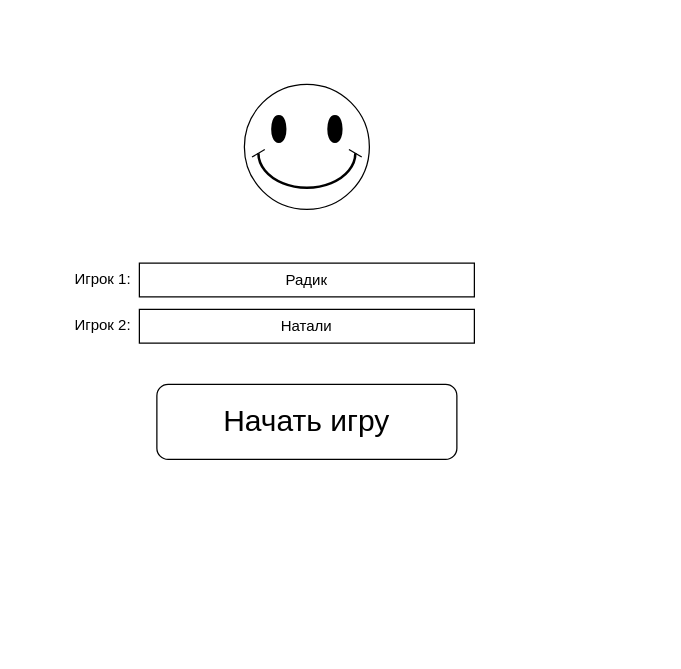
Earlier version of the draw.io diagram page "First Page" (1 of 2) of TictacToe.drawio (OlegRnd/tic-tac-toe). Source tidied: cells renumbered, new cells numbered last; positions are measured from the earlier drawing's top-left corner, leaving out a move shared by most shapes. Both pictures are drawn from the tidied source at 125%, with x=0, y=0 at pixel (59, 84).
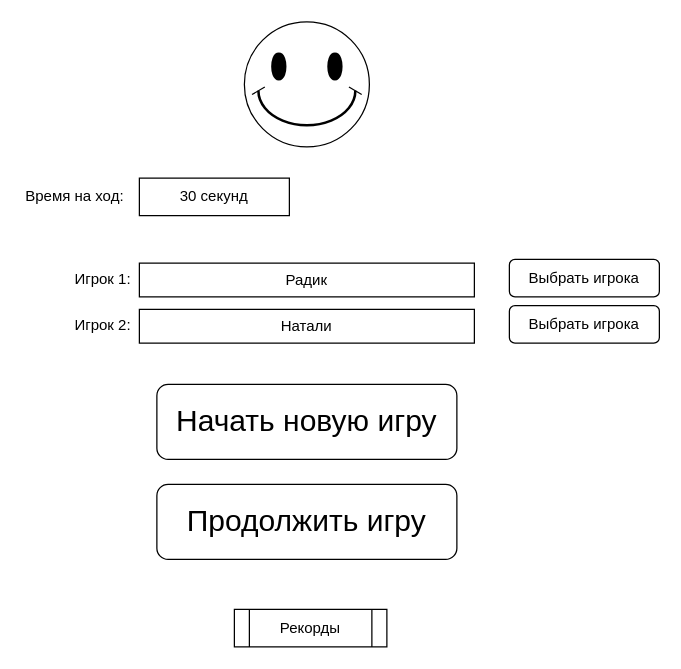
After the change.

Diff of the diagram source:
```diff
@@
 <mxGraphModel>
   <root>
     <mxCell id="0" />
     <mxCell id="1" parent="0" />
     <mxCell id="2" value="Радик" style="rounded=0;whiteSpace=wrap;html=1;align=center;" parent="1" vertex="1">
       <mxGeometry x="64" y="143" width="268" height="27" as="geometry" />
     </mxCell>
     <mxCell id="3" value="Игрок 1:" style="text;html=1;strokeColor=none;fillColor=none;align=center;verticalAlign=middle;whiteSpace=wrap;rounded=0;" parent="1" vertex="1">
       <mxGeometry y="146" width="70" height="20" as="geometry" />
     </mxCell>
     <mxCell id="4" value="Натали" style="rounded=0;whiteSpace=wrap;html=1;align=center;" parent="1" vertex="1">
       <mxGeometry x="64" y="180" width="268" height="27" as="geometry" />
     </mxCell>
     <mxCell id="5" value="Игрок 2:" style="text;html=1;strokeColor=none;fillColor=none;align=center;verticalAlign=middle;whiteSpace=wrap;rounded=0;" parent="1" vertex="1">
       <mxGeometry y="183" width="70" height="20" as="geometry" />
     </mxCell>
-    <mxCell id="6" value="&lt;font style=&quot;font-size: 24px&quot;&gt;Начать игру&lt;/font&gt;" style="rounded=1;whiteSpace=wrap;html=1;" parent="1" vertex="1">
+    <mxCell id="6" value="&lt;font style=&quot;font-size: 24px&quot;&gt;Начать новую игру&lt;/font&gt;" style="rounded=1;whiteSpace=wrap;html=1;" parent="1" vertex="1">
       <mxGeometry x="78" y="240" width="240" height="60" as="geometry" />
     </mxCell>
     <mxCell id="7" style="verticalLabelPosition=bottom;verticalAlign=top;html=1;shape=mxgraph.basic.smiley;" parent="1" vertex="1">
-      <mxGeometry x="148" width="100" height="100" as="geometry" />
+      <mxGeometry x="148" y="-50" width="100" height="100" as="geometry" />
     </mxCell>
+    <mxCell id="8" value="30 секунд" style="rounded=0;whiteSpace=wrap;html=1;" parent="1" vertex="1">
+      <mxGeometry x="64" y="75" width="120" height="30" as="geometry" />
+    </mxCell>
+    <mxCell id="9" value="Время на ход:" style="text;html=1;strokeColor=none;fillColor=none;align=center;verticalAlign=middle;whiteSpace=wrap;rounded=0;" parent="1" vertex="1">
+      <mxGeometry x="-30" y="80" width="85" height="20" as="geometry" />
+    </mxCell>
+    <mxCell id="10" value="Рекорды" style="shape=process;whiteSpace=wrap;html=1;backgroundOutline=1;fillColor=none;" parent="1" vertex="1">
+      <mxGeometry x="140" y="420" width="122" height="30" as="geometry" />
+    </mxCell>
+    <mxCell id="11" value="&lt;font style=&quot;font-size: 24px&quot;&gt;Продолжить игру&lt;/font&gt;" style="rounded=1;whiteSpace=wrap;html=1;" parent="1" vertex="1">
+      <mxGeometry x="78" y="320" width="240" height="60" as="geometry" />
+    </mxCell>
+    <mxCell id="12" value="Выбрать игрока" style="rounded=1;whiteSpace=wrap;html=1;fillColor=none;" parent="1" vertex="1">
+      <mxGeometry x="360" y="140" width="120" height="30" as="geometry" />
+    </mxCell>
+    <mxCell id="13" value="Выбрать игрока" style="rounded=1;whiteSpace=wrap;html=1;fillColor=none;" parent="1" vertex="1">
+      <mxGeometry x="360" y="177" width="120" height="30" as="geometry" />
+    </mxCell>
   </root>
 </mxGraphModel>
```
